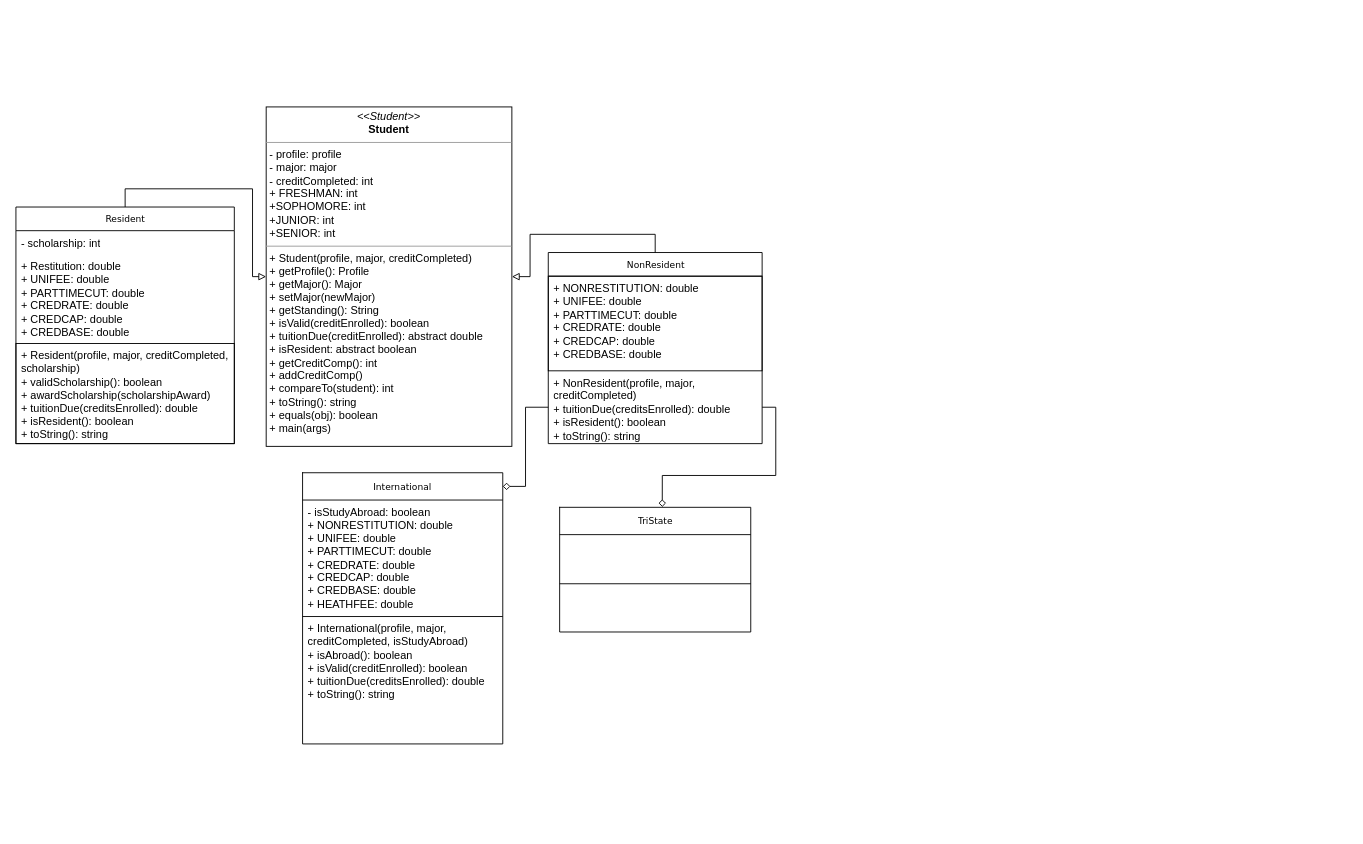
Above: Untitled Diagram.drawio in Jyun19/2023_0s_211 (draw.io), before the change. Source tidied: cells renumbered, new cells numbered last; positions are measured from the earlier drawing's top-left corner, leaving out a move shared by most shapes. Both pictures are drawn from the tidied source at 91%, with x=0, y=0 at pixel (15, 106).
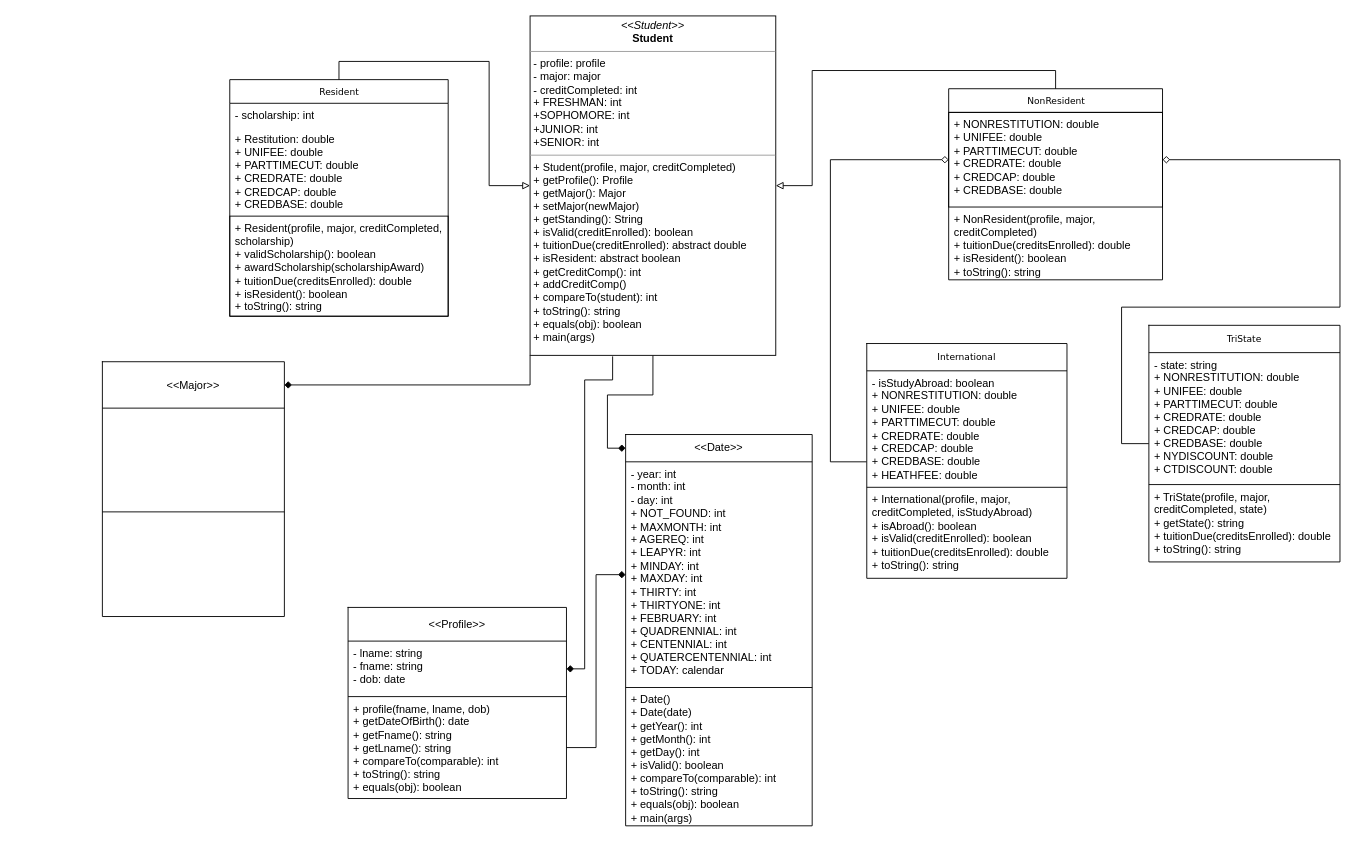
After the change.

Unchanged cells that the change refers to:
```xml
<mxCell id="9" value="+ NONRESTITUTION: double&lt;br&gt;+ UNIFEE: double&lt;br&gt;+ PARTTIMECUT: double&lt;br&gt;+ CREDRATE: double&lt;br&gt;+ CREDCAP: double&lt;br&gt;+ CREDBASE: double" style="text;html=1;strokeColor=default;fillColor=none;align=left;verticalAlign=top;spacingLeft=4;spacingRight=4;whiteSpace=wrap;overflow=hidden;points=[[0,0.5],[1,0.5]];portConstraint=eastwest;" parent="8" vertex="1">
  <mxGeometry y="26" width="235" height="104" as="geometry" />
</mxCell>
<mxCell id="10" value="+ NonResident(profile, major, creditCompleted)&lt;br&gt;+ tuitionDue(creditsEnrolled): double&lt;br&gt;+ isResident(): boolean&lt;br&gt;+ toString(): string" style="text;html=1;strokeColor=none;fillColor=none;align=left;verticalAlign=top;spacingLeft=4;spacingRight=4;whiteSpace=wrap;overflow=hidden;points=[[0,0.5],[1,0.5]];portConstraint=eastwest;" parent="8" vertex="1">
  <mxGeometry y="130" width="235" height="80" as="geometry" />
</mxCell>
<mxCell id="13" style="shape=tableRow;horizontal=0;startSize=0;swimlaneHead=0;swimlaneBody=0;strokeColor=inherit;top=0;left=0;bottom=0;right=0;fillColor=none;points=[[0,0.5],[1,0.5]];portConstraint=eastwest;" parent="12" vertex="1">
  <mxGeometry width="220" height="30" as="geometry" />
</mxCell>
<mxCell id="21" style="shape=tableRow;horizontal=0;startSize=0;swimlaneHead=0;swimlaneBody=0;strokeColor=inherit;top=0;left=0;bottom=0;right=0;fillColor=none;points=[[0,0.5],[1,0.5]];portConstraint=eastwest;fontFamily=Verdana;fontSize=10;" parent="20" vertex="1">
  <mxGeometry width="210" height="30" as="geometry" />
</mxCell>
```

Change to the diagram source:
```diff
@@
     <mxCell id="3" value="Resident" style="swimlane;html=1;fontStyle=0;horizontal=1;startSize=26;fillColor=none;swimlaneFillColor=#ffffff;rounded=0;shadow=0;comic=0;labelBackgroundColor=none;strokeWidth=1;fontFamily=Verdana;fontSize=10;align=center;" parent="1" vertex="1">
-      <mxGeometry y="110" width="240" height="260" as="geometry" />
+      <mxGeometry x="235" y="-30" width="240" height="260" as="geometry" />
     </mxCell>
@@
     <mxCell id="7" style="edgeStyle=orthogonalEdgeStyle;rounded=0;jettySize=auto;html=1;exitX=0.5;exitY=0;exitDx=0;exitDy=0;entryX=1;entryY=0.5;entryDx=0;entryDy=0;fontFamily=Verdana;fontSize=10;endArrow=block;endFill=0;" parent="1" edge="1" source="8" target="11">
-      <mxGeometry relative="1" as="geometry" />
+      <mxGeometry relative="1" as="geometry">
+        <Array as="points">
+          <mxPoint x="1143" y="-40" />
+          <mxPoint x="875" y="-40" />
+          <mxPoint x="875" y="87" />
+        </Array>
+      </mxGeometry>
     </mxCell>
     <mxCell id="8" value="NonResident" style="swimlane;html=1;fontStyle=0;horizontal=1;startSize=26;fillColor=none;swimlaneFillColor=#ffffff;rounded=0;shadow=0;comic=0;labelBackgroundColor=none;strokeWidth=1;fontFamily=Verdana;fontSize=10;align=center;" parent="1" vertex="1">
-      <mxGeometry x="585" y="160" width="235" height="210" as="geometry" />
+      <mxGeometry x="1025" y="-20" width="235" height="210" as="geometry" />
     </mxCell>
@@
+    <mxCell id="28" style="edgeStyle=orthogonalEdgeStyle;rounded=0;jettySize=auto;html=1;fontFamily=Helvetica;fontSize=12;endArrow=diamond;endFill=1;entryX=1;entryY=0.5;entryDx=0;entryDy=0;exitX=0.336;exitY=1.003;exitDx=0;exitDy=0;exitPerimeter=0;" parent="1" edge="1" source="11" target="36">
+      <mxGeometry relative="1" as="geometry">
+        <Array as="points">
+          <mxPoint x="656" y="300" />
+          <mxPoint x="625" y="300" />
+          <mxPoint x="625" y="618" />
+        </Array>
+      </mxGeometry>
+    </mxCell>
+    <mxCell id="29" style="edgeStyle=orthogonalEdgeStyle;rounded=0;jettySize=auto;html=1;entryX=0;entryY=0.5;entryDx=0;entryDy=0;fontFamily=Helvetica;fontSize=12;endArrow=diamond;endFill=1;" parent="1" edge="1" source="11" target="41">
+      <mxGeometry relative="1" as="geometry" />
+    </mxCell>
+    <mxCell id="30" style="edgeStyle=orthogonalEdgeStyle;rounded=0;jettySize=auto;html=1;entryX=1;entryY=0.5;entryDx=0;entryDy=0;fontFamily=Helvetica;fontSize=12;endArrow=diamond;endFill=1;exitX=0;exitY=1;exitDx=0;exitDy=0;" parent="1" edge="1" source="11" target="49">
+      <mxGeometry relative="1" as="geometry" />
+    </mxCell>
     <mxCell id="11" value="&lt;p style=&quot;margin:0px;margin-top:4px;text-align:center;&quot;&gt;&lt;i&gt;&amp;lt;&amp;lt;Student&amp;gt;&amp;gt;&lt;/i&gt;&lt;br&gt;&lt;b&gt;Student&lt;/b&gt;&lt;/p&gt;&lt;hr size=&quot;1&quot;&gt;&lt;p style=&quot;margin:0px;margin-left:4px;&quot;&gt;- profile: profile&lt;br&gt;- major: major&lt;/p&gt;&lt;p style=&quot;margin:0px;margin-left:4px;&quot;&gt;- creditCompleted: int&lt;/p&gt;&lt;p style=&quot;margin:0px;margin-left:4px;&quot;&gt;+ FRESHMAN: int&lt;/p&gt;&lt;p style=&quot;margin:0px;margin-left:4px;&quot;&gt;+SOPHOMORE: int&lt;/p&gt;&lt;p style=&quot;margin:0px;margin-left:4px;&quot;&gt;+JUNIOR: int&lt;/p&gt;&lt;p style=&quot;margin:0px;margin-left:4px;&quot;&gt;+SENIOR: int&lt;/p&gt;&lt;hr size=&quot;1&quot;&gt;&lt;p style=&quot;margin:0px;margin-left:4px;&quot;&gt;+ Student(profile, major, creditCompleted)&lt;br&gt;+ getProfile(): Profile&lt;/p&gt;&lt;p style=&quot;margin:0px;margin-left:4px;&quot;&gt;+ getMajor(): Major&lt;/p&gt;&lt;p style=&quot;margin:0px;margin-left:4px;&quot;&gt;+ setMajor(newMajor)&lt;/p&gt;&lt;p style=&quot;margin:0px;margin-left:4px;&quot;&gt;+ getStanding(): String&lt;/p&gt;&lt;p style=&quot;margin:0px;margin-left:4px;&quot;&gt;+ isValid(creditEnrolled): boolean&lt;/p&gt;&lt;p style=&quot;margin:0px;margin-left:4px;&quot;&gt;+ tuitionDue(creditEnrolled): abstract double&lt;/p&gt;&lt;p style=&quot;margin:0px;margin-left:4px;&quot;&gt;+ isResident: abstract boolean&lt;/p&gt;&lt;p style=&quot;margin:0px;margin-left:4px;&quot;&gt;+ getCreditComp(): int&lt;/p&gt;&lt;p style=&quot;margin:0px;margin-left:4px;&quot;&gt;+ addCreditComp()&lt;/p&gt;&lt;p style=&quot;margin:0px;margin-left:4px;&quot;&gt;+ compareTo(student): int&lt;/p&gt;&lt;p style=&quot;margin:0px;margin-left:4px;&quot;&gt;+ toString(): string&lt;/p&gt;&lt;p style=&quot;margin:0px;margin-left:4px;&quot;&gt;+ equals(obj): boolean&lt;/p&gt;&lt;p style=&quot;margin:0px;margin-left:4px;&quot;&gt;+ main(args)&amp;nbsp;&lt;/p&gt;" style="verticalAlign=top;align=left;overflow=fill;fontSize=12;fontFamily=Helvetica;html=1;rounded=0;shadow=0;comic=0;labelBackgroundColor=none;strokeWidth=1;" parent="1" vertex="1">
-      <mxGeometry x="275" width="270" height="373" as="geometry" />
+      <mxGeometry x="565" y="-100" width="270" height="373" as="geometry" />
     </mxCell>
+    <mxCell id="31" style="edgeStyle=orthogonalEdgeStyle;rounded=0;jettySize=auto;html=1;entryX=0;entryY=0.5;entryDx=0;entryDy=0;fontFamily=Helvetica;fontSize=12;endArrow=diamond;endFill=0;" parent="1" edge="1" source="12" target="9">
+      <mxGeometry relative="1" as="geometry">
+        <Array as="points">
+          <mxPoint x="895" y="390" />
+          <mxPoint x="895" y="58" />
+        </Array>
+      </mxGeometry>
+    </mxCell>
     <mxCell id="12" style="shape=table;startSize=0;childLayout=tableLayout;strokeColor=default;verticalAlign=top;align=left;spacingLeft=4;spacingRight=4;" parent="1" vertex="1">
-      <mxGeometry x="315" y="402" width="220" height="298" as="geometry" />
+      <mxGeometry x="935" y="260" width="220" height="258" as="geometry" />
     </mxCell>
@@
     <mxCell id="17" style="shape=tableRow;horizontal=0;startSize=0;swimlaneHead=0;swimlaneBody=0;strokeColor=inherit;top=0;left=0;bottom=0;right=0;fillColor=none;" parent="12" vertex="1">
-      <mxGeometry y="158" width="220" height="140" as="geometry" />
+      <mxGeometry y="158" width="220" height="100" as="geometry" />
     </mxCell>
     <mxCell id="18" value="+ International(profile, major, creditCompleted, isStudyAbroad)&lt;br&gt;+ isAbroad(): boolean&lt;br&gt;+ isValid(creditEnrolled): boolean&lt;br&gt;+ tuitionDue(creditsEnrolled): double&lt;br&gt;+ toString(): string" style="shape=partialRectangle;html=1;whiteSpace=wrap;strokeColor=inherit;overflow=hidden;fillColor=none;top=0;left=0;bottom=0;right=0;align=left;verticalAlign=top;spacingLeft=4;spacingRight=4;" parent="17" vertex="1">
-      <mxGeometry width="220" height="140" as="geometry" />
+      <mxGeometry width="220" height="100" as="geometry" />
     </mxCell>
-    <mxCell id="19" style="edgeStyle=orthogonalEdgeStyle;rounded=0;jettySize=auto;html=1;exitX=0;exitY=0.5;exitDx=0;exitDy=0;entryX=1;entryY=0.5;entryDx=0;entryDy=0;fontFamily=Verdana;fontSize=10;endArrow=diamond;endFill=0;" parent="1" edge="1" source="10" target="13">
-      <mxGeometry relative="1" as="geometry" />
-    </mxCell>
+    <mxCell id="32" style="edgeStyle=orthogonalEdgeStyle;rounded=0;jettySize=auto;html=1;entryX=1;entryY=0.5;entryDx=0;entryDy=0;fontFamily=Helvetica;fontSize=12;endArrow=diamond;endFill=0;" parent="1" edge="1" source="20" target="9">
+      <mxGeometry relative="1" as="geometry">
+        <Array as="points">
+          <mxPoint x="1215" y="370" />
+          <mxPoint x="1215" y="220" />
+          <mxPoint x="1455" y="220" />
+          <mxPoint x="1455" y="58" />
+        </Array>
+      </mxGeometry>
+    </mxCell>
     <mxCell id="20" style="shape=table;startSize=0;childLayout=tableLayout;strokeColor=default;fontFamily=Verdana;fontSize=10;" parent="1" vertex="1">
-      <mxGeometry x="597.5" y="440" width="210" height="137" as="geometry" />
+      <mxGeometry x="1245" y="240" width="210" height="260" as="geometry" />
     </mxCell>
@@
     <mxCell id="23" style="shape=tableRow;horizontal=0;startSize=0;swimlaneHead=0;swimlaneBody=0;strokeColor=inherit;top=0;left=0;bottom=0;right=0;fillColor=none;fontFamily=Verdana;fontSize=10;" parent="20" vertex="1">
-      <mxGeometry y="30" width="210" height="54" as="geometry" />
+      <mxGeometry y="30" width="210" height="145" as="geometry" />
     </mxCell>
-    <mxCell id="24" style="shape=partialRectangle;html=1;whiteSpace=wrap;strokeColor=inherit;overflow=hidden;fillColor=none;top=0;left=0;bottom=0;right=0;fontFamily=Verdana;fontSize=10;" parent="23" vertex="1">
-      <mxGeometry width="210" height="54" as="geometry" />
+    <mxCell id="24" value="- state: string&lt;br style=&quot;border-color: var(--border-color);&quot;&gt;+ NONRESTITUTION: double&lt;br style=&quot;border-color: var(--border-color);&quot;&gt;+ UNIFEE: double&lt;br style=&quot;border-color: var(--border-color);&quot;&gt;+ PARTTIMECUT: double&lt;br style=&quot;border-color: var(--border-color);&quot;&gt;+ CREDRATE: double&lt;br style=&quot;border-color: var(--border-color);&quot;&gt;+ CREDCAP: double&lt;br style=&quot;border-color: var(--border-color);&quot;&gt;+ CREDBASE: double&lt;br style=&quot;border-color: var(--border-color);&quot;&gt;+ NYDISCOUNT: double&lt;br&gt;+ CTDISCOUNT: double" style="shape=partialRectangle;html=1;whiteSpace=wrap;strokeColor=inherit;overflow=hidden;fillColor=none;top=0;left=0;bottom=0;right=0;fontFamily=Helvetica;fontSize=12;verticalAlign=top;align=left;spacingLeft=4;spacingRight=4;" parent="23" vertex="1">
+      <mxGeometry width="210" height="145" as="geometry" />
     </mxCell>
     <mxCell id="25" style="shape=tableRow;horizontal=0;startSize=0;swimlaneHead=0;swimlaneBody=0;strokeColor=inherit;top=0;left=0;bottom=0;right=0;fillColor=none;fontFamily=Verdana;fontSize=10;" parent="20" vertex="1">
-      <mxGeometry y="84" width="210" height="53" as="geometry" />
+      <mxGeometry y="175" width="210" height="85" as="geometry" />
     </mxCell>
-    <mxCell id="26" style="shape=partialRectangle;html=1;whiteSpace=wrap;strokeColor=inherit;overflow=hidden;fillColor=none;top=0;left=0;bottom=0;right=0;fontFamily=Verdana;fontSize=10;" parent="25" vertex="1">
-      <mxGeometry width="210" height="53" as="geometry" />
+    <mxCell id="26" value="+ TriState(profile, major, creditCompleted, state)&lt;br&gt;+ getState(): string&lt;br&gt;+ tuitionDue(creditsEnrolled): double&lt;br&gt;+ toString(): string" style="shape=partialRectangle;html=1;whiteSpace=wrap;strokeColor=inherit;overflow=hidden;fillColor=none;top=0;left=0;bottom=0;right=0;fontFamily=Helvetica;fontSize=12;align=left;verticalAlign=top;spacingLeft=4;spacingRight=4;" parent="25" vertex="1">
+      <mxGeometry width="210" height="85" as="geometry" />
     </mxCell>
-    <mxCell id="27" style="edgeStyle=orthogonalEdgeStyle;rounded=0;jettySize=auto;html=1;exitX=1;exitY=0.5;exitDx=0;exitDy=0;entryX=0.537;entryY=-0.013;entryDx=0;entryDy=0;entryPerimeter=0;fontFamily=Verdana;fontSize=10;endArrow=diamond;endFill=0;" parent="1" edge="1" source="10" target="21">
-      <mxGeometry relative="1" as="geometry">
-        <Array as="points">
-          <mxPoint x="835" y="330" />
-          <mxPoint x="835" y="405" />
-          <mxPoint x="710" y="405" />
-        </Array>
-      </mxGeometry>
-    </mxCell>
+    <mxCell id="33" style="shape=table;startSize=0;childLayout=tableLayout;strokeColor=default;fontFamily=Helvetica;fontSize=12;" parent="1" vertex="1">
+      <mxGeometry x="365" y="550" width="240" height="210" as="geometry" />
+    </mxCell>
+    <mxCell id="34" style="shape=tableRow;horizontal=0;startSize=0;swimlaneHead=0;swimlaneBody=0;strokeColor=inherit;top=0;left=0;bottom=0;right=0;fillColor=none;fontFamily=Helvetica;fontSize=12;" parent="33" vertex="1">
+      <mxGeometry width="240" height="37" as="geometry" />
+    </mxCell>
+    <mxCell id="35" value="&lt;font style=&quot;font-size: 12px;&quot; face=&quot;Helvetica&quot;&gt;&amp;lt;&amp;lt;Profile&amp;gt;&amp;gt;&lt;/font&gt;" style="shape=partialRectangle;html=1;whiteSpace=wrap;strokeColor=inherit;overflow=hidden;fillColor=none;top=0;left=0;bottom=0;right=0;fontFamily=Verdana;fontSize=10;" parent="34" vertex="1">
+      <mxGeometry width="240" height="37" as="geometry" />
+    </mxCell>
+    <mxCell id="36" style="shape=tableRow;horizontal=0;startSize=0;swimlaneHead=0;swimlaneBody=0;strokeColor=inherit;top=0;left=0;bottom=0;right=0;fillColor=none;points=[[0,0.5],[1,0.5]];portConstraint=eastwest;fontFamily=Helvetica;fontSize=12;" parent="33" vertex="1">
+      <mxGeometry y="37" width="240" height="61" as="geometry" />
+    </mxCell>
+    <mxCell id="37" value="- lname: string&lt;br&gt;- fname: string&lt;br&gt;- dob: date" style="shape=partialRectangle;html=1;whiteSpace=wrap;strokeColor=inherit;overflow=hidden;fillColor=none;top=0;left=0;bottom=0;right=0;fontFamily=Helvetica;fontSize=12;verticalAlign=top;align=left;spacingLeft=4;spacingRight=4;" parent="36" vertex="1">
+      <mxGeometry width="240" height="61" as="geometry" />
+    </mxCell>
+    <mxCell id="38" style="shape=tableRow;horizontal=0;startSize=0;swimlaneHead=0;swimlaneBody=0;strokeColor=inherit;top=0;left=0;bottom=0;right=0;fillColor=none;points=[[0,0.5],[1,0.5]];portConstraint=eastwest;fontFamily=Helvetica;fontSize=12;" parent="33" vertex="1">
+      <mxGeometry y="98" width="240" height="112" as="geometry" />
+    </mxCell>
+    <mxCell id="39" value="+ profile(fname, lname, dob)&lt;br&gt;+ getDateOfBirth(): date&lt;br&gt;+ getFname(): string&lt;br&gt;+ getLname(): string&lt;br&gt;+ compareTo(comparable): int&lt;br&gt;+ toString(): string&lt;br&gt;+ equals(obj): boolean" style="shape=partialRectangle;html=1;whiteSpace=wrap;strokeColor=inherit;overflow=hidden;fillColor=none;top=0;left=0;bottom=0;right=0;fontFamily=Helvetica;fontSize=12;verticalAlign=top;align=left;spacingLeft=4;spacingRight=4;" parent="38" vertex="1">
+      <mxGeometry width="240" height="112" as="geometry" />
+    </mxCell>
+    <mxCell id="40" style="shape=table;startSize=0;childLayout=tableLayout;strokeColor=default;fontFamily=Helvetica;fontSize=12;" parent="1" vertex="1">
+      <mxGeometry x="670" y="360" width="205" height="430" as="geometry" />
+    </mxCell>
+    <mxCell id="41" style="shape=tableRow;horizontal=0;startSize=0;swimlaneHead=0;swimlaneBody=0;strokeColor=inherit;top=0;left=0;bottom=0;right=0;fillColor=none;points=[[0,0.5],[1,0.5]];portConstraint=eastwest;fontFamily=Helvetica;fontSize=12;" parent="40" vertex="1">
+      <mxGeometry width="205" height="30" as="geometry" />
+    </mxCell>
+    <mxCell id="42" value="&amp;lt;&amp;lt;Date&amp;gt;&amp;gt;" style="shape=partialRectangle;html=1;whiteSpace=wrap;strokeColor=inherit;overflow=hidden;fillColor=none;top=0;left=0;bottom=0;right=0;fontFamily=Helvetica;fontSize=12;" parent="41" vertex="1">
+      <mxGeometry width="205" height="30" as="geometry" />
+    </mxCell>
+    <mxCell id="43" style="shape=tableRow;horizontal=0;startSize=0;swimlaneHead=0;swimlaneBody=0;strokeColor=inherit;top=0;left=0;bottom=0;right=0;fillColor=none;points=[[0,0.5],[1,0.5]];portConstraint=eastwest;fontFamily=Helvetica;fontSize=12;" parent="40" vertex="1">
+      <mxGeometry y="30" width="205" height="248" as="geometry" />
+    </mxCell>
+    <mxCell id="44" value="- year: int&lt;br&gt;- month: int&lt;br&gt;- day: int&lt;br&gt;+ NOT_FOUND: int&lt;br&gt;+ MAXMONTH: int&lt;br&gt;+ AGEREQ: int&lt;br&gt;+ LEAPYR: int&lt;br&gt;+ MINDAY: int&lt;br&gt;+ MAXDAY: int&lt;br&gt;+ THIRTY: int&lt;br&gt;+ THIRTYONE: int&lt;br&gt;+ FEBRUARY: int&lt;br&gt;+ QUADRENNIAL: int&lt;br&gt;+ CENTENNIAL: int&lt;br&gt;+ QUATERCENTENNIAL: int&lt;br&gt;+ TODAY: calendar" style="shape=partialRectangle;html=1;whiteSpace=wrap;strokeColor=inherit;overflow=hidden;fillColor=none;top=0;left=0;bottom=0;right=0;fontFamily=Helvetica;fontSize=12;verticalAlign=top;align=left;spacingLeft=4;spacingRight=4;" parent="43" vertex="1">
+      <mxGeometry width="205" height="248" as="geometry" />
+    </mxCell>
+    <mxCell id="45" style="shape=tableRow;horizontal=0;startSize=0;swimlaneHead=0;swimlaneBody=0;strokeColor=inherit;top=0;left=0;bottom=0;right=0;fillColor=none;fontFamily=Helvetica;fontSize=12;" parent="40" vertex="1">
+      <mxGeometry y="278" width="205" height="152" as="geometry" />
+    </mxCell>
+    <mxCell id="46" value="+ Date()&lt;br&gt;+ Date(date)&lt;br&gt;+ getYear(): int&lt;br&gt;+ getMonth(): int&lt;br&gt;+ getDay(): int&lt;br&gt;+ isValid(): boolean&lt;br&gt;+ compareTo(comparable): int&lt;br&gt;+ toString(): string&lt;br&gt;+ equals(obj): boolean&lt;br&gt;+ main(args)" style="shape=partialRectangle;html=1;whiteSpace=wrap;strokeColor=inherit;overflow=hidden;fillColor=none;top=0;left=0;bottom=0;right=0;fontFamily=Helvetica;fontSize=12;verticalAlign=top;align=left;spacingLeft=4;spacingRight=4;" parent="45" vertex="1">
+      <mxGeometry width="205" height="152" as="geometry" />
+    </mxCell>
+    <mxCell id="47" style="edgeStyle=orthogonalEdgeStyle;rounded=0;jettySize=auto;html=1;entryX=0;entryY=0.5;entryDx=0;entryDy=0;fontFamily=Helvetica;fontSize=12;endArrow=diamond;endFill=1;" parent="1" edge="1" source="38" target="43">
+      <mxGeometry relative="1" as="geometry" />
+    </mxCell>
+    <mxCell id="48" style="shape=table;startSize=0;childLayout=tableLayout;strokeColor=default;fontFamily=Helvetica;fontSize=12;" parent="1" vertex="1">
+      <mxGeometry x="95" y="280" width="200" height="280" as="geometry" />
+    </mxCell>
+    <mxCell id="49" style="shape=tableRow;horizontal=0;startSize=0;swimlaneHead=0;swimlaneBody=0;strokeColor=inherit;top=0;left=0;bottom=0;right=0;fillColor=none;points=[[0,0.5],[1,0.5]];portConstraint=eastwest;fontFamily=Helvetica;fontSize=12;" parent="48" vertex="1">
+      <mxGeometry width="200" height="51" as="geometry" />
+    </mxCell>
+    <mxCell id="50" value="&amp;lt;&amp;lt;Major&amp;gt;&amp;gt;" style="shape=partialRectangle;html=1;whiteSpace=wrap;strokeColor=inherit;overflow=hidden;fillColor=none;top=0;left=0;bottom=0;right=0;fontFamily=Helvetica;fontSize=12;" parent="49" vertex="1">
+      <mxGeometry width="200" height="51" as="geometry" />
+    </mxCell>
+    <mxCell id="51" style="shape=tableRow;horizontal=0;startSize=0;swimlaneHead=0;swimlaneBody=0;strokeColor=inherit;top=0;left=0;bottom=0;right=0;fillColor=none;fontFamily=Helvetica;fontSize=12;" parent="48" vertex="1">
+      <mxGeometry y="51" width="200" height="114" as="geometry" />
+    </mxCell>
+    <mxCell id="52" style="shape=partialRectangle;html=1;whiteSpace=wrap;strokeColor=inherit;overflow=hidden;fillColor=none;top=0;left=0;bottom=0;right=0;fontFamily=Helvetica;fontSize=12;verticalAlign=top;align=left;spacingLeft=4;spacingRight=4;" parent="51" vertex="1">
+      <mxGeometry width="200" height="114" as="geometry" />
+    </mxCell>
+    <mxCell id="53" style="shape=tableRow;horizontal=0;startSize=0;swimlaneHead=0;swimlaneBody=0;strokeColor=inherit;top=0;left=0;bottom=0;right=0;fillColor=none;fontFamily=Helvetica;fontSize=12;" parent="48" vertex="1">
+      <mxGeometry y="165" width="200" height="115" as="geometry" />
+    </mxCell>
+    <mxCell id="54" style="shape=partialRectangle;html=1;whiteSpace=wrap;strokeColor=inherit;overflow=hidden;fillColor=none;top=0;left=0;bottom=0;right=0;fontFamily=Helvetica;fontSize=12;align=left;verticalAlign=top;spacingLeft=4;spacingRight=4;" parent="53" vertex="1">
+      <mxGeometry width="200" height="115" as="geometry" />
+    </mxCell>
```
